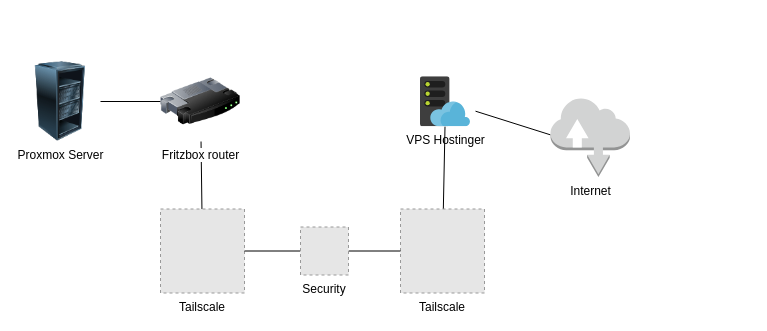
This is reverse_proxy_network.drawio from massimilianorighi/draw.io, a draw.io file, before an edit. Source tidied: cells renumbered, new cells numbered last; positions are measured from the earlier drawing's top-left corner, leaving out a move shared by most shapes. Both pictures are drawn from the tidied source at 100%, with x=0, y=0 at pixel (20, 61). Pictures stored in the file or linked from it are replaced by grey dashed boxes.
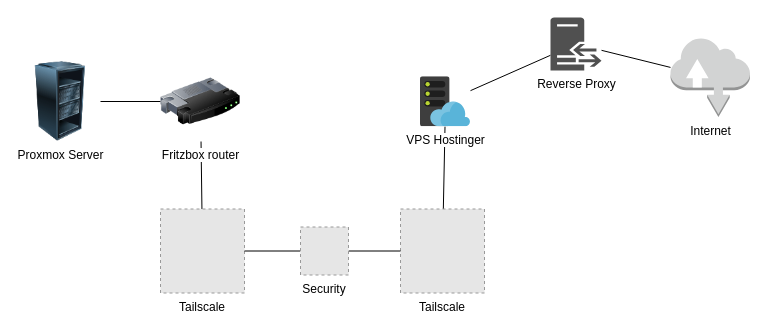
After the change.

Change to the diagram source:
```diff
@@
 <mxGraphModel>
   <root>
     <mxCell id="0" />
     <mxCell id="1" parent="0" />
-    <mxCell id="2" style="edgeStyle=none;rounded=0;jettySize=auto;html=1;sourcePerimeterSpacing=5;endArrow=none;endFill=0;targetPerimeterSpacing=5;entryX=0;entryY=0.47;entryDx=0;entryDy=0;entryPerimeter=0;" parent="1" edge="1" source="4" target="5">
-      <mxGeometry relative="1" as="geometry" />
-    </mxCell>
     <mxCell id="3" style="rounded=0;jettySize=auto;html=1;endArrow=none;startFill=0;" parent="1" edge="1" source="14" target="11">
       <mxGeometry relative="1" as="geometry" />
     </mxCell>
-    <mxCell id="4" value="VPS Hostinger" style="image;sketch=0;html=1;points=[];align=center;fontSize=12;image=img/lib/mscae/WebHosting.svg;" parent="1" vertex="1">
-      <mxGeometry x="400" y="15.2" width="50" height="50" as="geometry" />
-    </mxCell>
     <mxCell id="5" value="Internet" style="outlineConnect=0;dashed=0;verticalLabelPosition=bottom;verticalAlign=top;align=center;html=1;shape=mxgraph.aws3.internet;fillColor=#D2D3D3;gradientColor=none;" parent="1" vertex="1">
-      <mxGeometry x="530" y="36" width="79.5" height="79.5" as="geometry" />
+      <mxGeometry x="650" y="-24" width="79.5" height="79.5" as="geometry" />
     </mxCell>
     <mxCell id="6" style="rounded=0;jettySize=auto;html=1;endArrow=none;startFill=0;" parent="1" edge="1" source="7" target="4">
       <mxGeometry relative="1" as="geometry" />
     </mxCell>
     <mxCell id="7" value="Tailscale&#10;" style="fillColor=#E6E6E6;strokeColor=#999999;dashed=1;verticalLabelPosition=bottom;labelBackgroundColor=default;verticalAlign=top;" parent="1" vertex="1">
       <mxGeometry x="380" y="147.5" width="84" height="84" as="geometry" />
     </mxCell>
     <mxCell id="8" style="rounded=0;jettySize=auto;html=1;entryX=0;entryY=0.5;entryDx=0;entryDy=0;endArrow=none;startFill=0;" parent="1" edge="1" source="9" target="14">
       <mxGeometry relative="1" as="geometry" />
     </mxCell>
     <mxCell id="9" value="Proxmox Server" style="image;html=1;image=img/lib/clip_art/computers/Server_Rack_Partial_128x128.png;" parent="1" vertex="1">
       <mxGeometry width="80" height="80" as="geometry" />
     </mxCell>
     <mxCell id="10" style="rounded=0;jettySize=auto;html=1;endArrow=none;startFill=0;" parent="1" edge="1" source="13" target="7">
       <mxGeometry relative="1" as="geometry" />
     </mxCell>
     <mxCell id="11" value="Tailscale&#10;" style="fillColor=#E6E6E6;strokeColor=#999999;dashed=1;verticalLabelPosition=bottom;labelBackgroundColor=default;verticalAlign=top;" parent="1" vertex="1">
       <mxGeometry x="140" y="147.5" width="84" height="84" as="geometry" />
     </mxCell>
     <mxCell id="12" style="rounded=0;jettySize=auto;html=1;endArrow=none;startFill=0;" parent="1" edge="1" source="11" target="13">
       <mxGeometry relative="1" as="geometry" />
     </mxCell>
     <mxCell id="13" value="Security" style="fillColor=#E6E6E6;strokeColor=#999999;dashed=1;verticalLabelPosition=bottom;verticalAlign=top;labelBackgroundColor=#ffffff;" parent="1" vertex="1">
       <mxGeometry x="280" y="165.5" width="48" height="48" as="geometry" />
     </mxCell>
     <mxCell id="14" value="Fritzbox router" style="image;html=1;image=img/lib/clip_art/networking/Router_128x128.png;" parent="1" vertex="1">
       <mxGeometry x="140" width="80" height="80" as="geometry" />
     </mxCell>
+    <mxCell id="4" value="VPS Hostinger" style="image;sketch=0;html=1;points=[];align=center;fontSize=12;image=img/lib/mscae/WebHosting.svg;" parent="1" vertex="1">
+      <mxGeometry x="400" y="15.2" width="50" height="50" as="geometry" />
+    </mxCell>
+    <mxCell id="15" style="rounded=0;jettySize=auto;html=1;endArrow=none;startFill=0;" parent="1" edge="1" source="17" target="4">
+      <mxGeometry relative="1" as="geometry" />
+    </mxCell>
+    <mxCell id="16" style="rounded=0;jettySize=auto;html=1;endArrow=none;startFill=0;" parent="1" edge="1" source="17" target="5">
+      <mxGeometry relative="1" as="geometry" />
+    </mxCell>
+    <mxCell id="17" value="Reverse Proxy" style="sketch=0;shadow=0;dashed=0;html=1;strokeColor=none;fillColor=#505050;labelPosition=center;verticalLabelPosition=bottom;verticalAlign=top;outlineConnect=0;align=center;shape=mxgraph.office.servers.reverse_proxy;" parent="1" vertex="1">
+      <mxGeometry x="530" y="-44" width="51" height="53" as="geometry" />
+    </mxCell>
   </root>
 </mxGraphModel>
```
